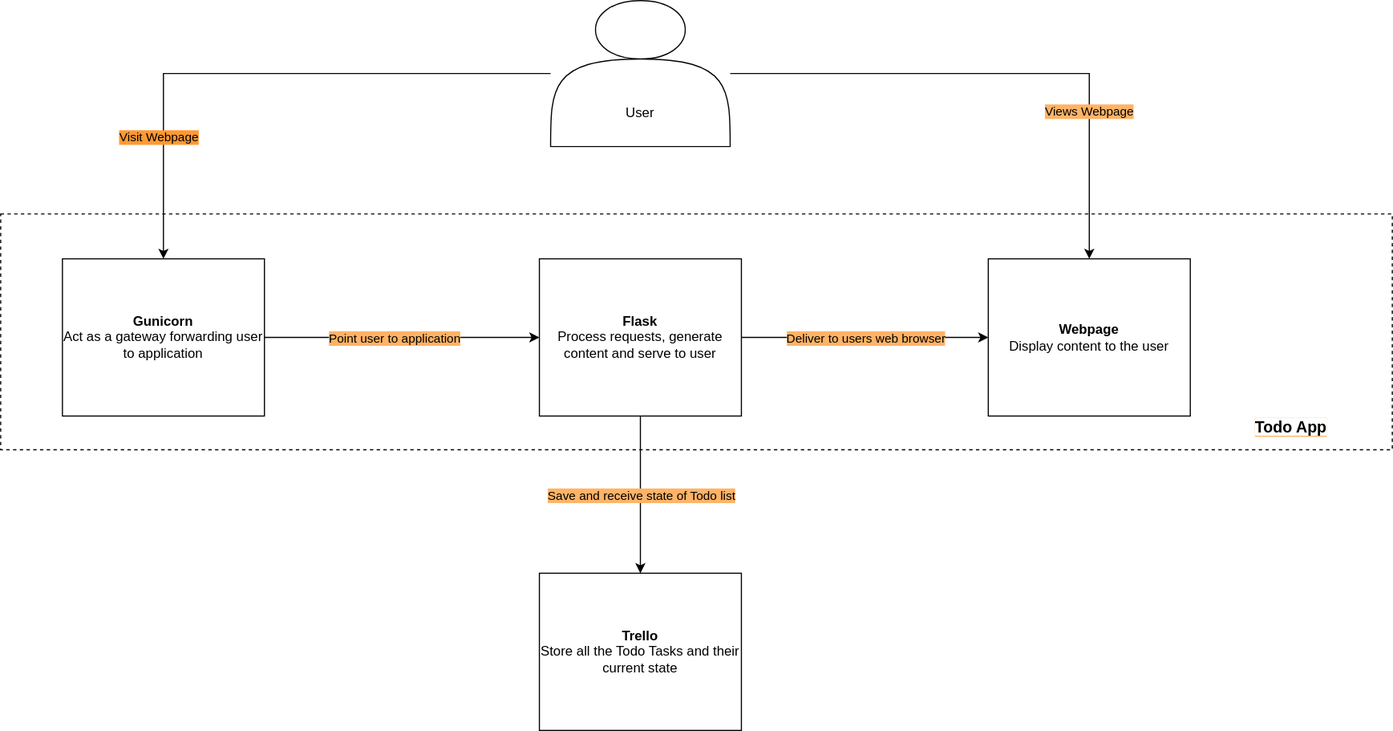
The draw.io diagram documentation/Container.svg in Karrot96/DevOps-Course-Starter, before a commit. Source tidied: cells renumbered, new cells last; positions are measured from the earlier drawing's top-left corner, leaving out a move shared by most shapes. Its diagram source:
```xml
<mxGraphModel>
  <root>
    <mxCell id="0" />
    <mxCell id="1" parent="0" />
    <mxCell id="2" style="rounded=0;whiteSpace=wrap;html=1;fillColor=none;dashed=1;" parent="1" vertex="1">
      <mxGeometry y="190" width="1240" height="210" as="geometry" />
    </mxCell>
    <mxCell id="3" style="edgeStyle=orthogonalEdgeStyle;rounded=0;jettySize=auto;html=1;" parent="1" edge="1" source="7" target="11">
      <mxGeometry relative="1" as="geometry" />
    </mxCell>
    <mxCell id="4" value="Visit Webpage" style="edgeLabel;html=1;align=center;verticalAlign=middle;labelBackgroundColor=#FF9933;" parent="3" vertex="1">
      <mxGeometry x="0.29" y="28" relative="1" as="geometry">
        <mxPoint x="-21" y="28" as="offset" />
      </mxGeometry>
    </mxCell>
    <mxCell id="5" style="edgeStyle=orthogonalEdgeStyle;rounded=0;jettySize=auto;html=1;" parent="1" edge="1" source="7" target="17">
      <mxGeometry relative="1" as="geometry" />
    </mxCell>
    <mxCell id="6" value="Views Webpage" style="edgeLabel;html=1;align=center;verticalAlign=middle;labelBackgroundColor=#FFB366;" parent="5" vertex="1">
      <mxGeometry x="0.32" y="-33" relative="1" as="geometry" />
    </mxCell>
    <mxCell id="7" style="shape=actor;whiteSpace=wrap;html=1;" parent="1" vertex="1">
      <mxGeometry x="490" width="160" height="130" as="geometry" />
    </mxCell>
    <mxCell id="8" value="User" style="text;html=1;strokeColor=none;fillColor=none;align=center;verticalAlign=middle;whiteSpace=wrap;rounded=0;" parent="1" vertex="1">
      <mxGeometry x="525" y="90" width="90" height="20" as="geometry" />
    </mxCell>
    <mxCell id="9" style="edgeStyle=orthogonalEdgeStyle;rounded=0;jettySize=auto;html=1;entryX=0;entryY=0.5;entryDx=0;entryDy=0;" parent="1" edge="1" source="11" target="16">
      <mxGeometry relative="1" as="geometry">
        <Array as="points">
          <mxPoint x="350" y="300" />
          <mxPoint x="350" y="300" />
        </Array>
      </mxGeometry>
    </mxCell>
    <mxCell id="10" value="&lt;div&gt;Point user to application&lt;/div&gt;" style="edgeLabel;html=1;align=center;verticalAlign=middle;labelBackgroundColor=#FFB366;" parent="9" vertex="1">
      <mxGeometry x="-0.21" y="-2" relative="1" as="geometry">
        <mxPoint x="18" y="-2" as="offset" />
      </mxGeometry>
    </mxCell>
    <mxCell id="11" value="&lt;div&gt;&lt;b&gt;Gunicorn&lt;br&gt;&lt;/b&gt;&lt;/div&gt;&lt;div&gt;Act as a gateway forwarding user to application&lt;br&gt;&lt;b&gt;&lt;/b&gt;&lt;/div&gt;" style="rounded=0;whiteSpace=wrap;html=1;" parent="1" vertex="1">
      <mxGeometry x="55" y="230" width="180" height="140" as="geometry" />
    </mxCell>
    <mxCell id="12" style="edgeStyle=orthogonalEdgeStyle;rounded=0;jettySize=auto;html=1;" parent="1" edge="1" source="16" target="17">
      <mxGeometry relative="1" as="geometry">
        <Array as="points">
          <mxPoint x="780" y="300" />
          <mxPoint x="780" y="300" />
        </Array>
      </mxGeometry>
    </mxCell>
    <mxCell id="13" value="Deliver to users web browser" style="edgeLabel;html=1;align=center;verticalAlign=middle;labelBackgroundColor=#FFB366;" parent="12" vertex="1">
      <mxGeometry x="0.28" y="3" relative="1" as="geometry">
        <mxPoint x="-31" y="3" as="offset" />
      </mxGeometry>
    </mxCell>
    <mxCell id="14" style="edgeStyle=orthogonalEdgeStyle;rounded=0;jettySize=auto;html=1;entryX=0.5;entryY=0;entryDx=0;entryDy=0;" parent="1" edge="1" source="16" target="18">
      <mxGeometry relative="1" as="geometry" />
    </mxCell>
    <mxCell id="15" value="Save and receive state of Todo list" style="edgeLabel;html=1;align=center;verticalAlign=middle;labelBackgroundColor=#FFB366;" parent="14" vertex="1">
      <mxGeometry x="-0.2" y="-1" relative="1" as="geometry">
        <mxPoint x="1" y="14" as="offset" />
      </mxGeometry>
    </mxCell>
    <mxCell id="16" value="&lt;div&gt;&lt;b&gt;Flask&lt;br&gt;&lt;/b&gt;&lt;/div&gt;&lt;div&gt;Process requests, generate content and serve to user&lt;br&gt;&lt;b&gt;&lt;/b&gt;&lt;/div&gt;" style="rounded=0;whiteSpace=wrap;html=1;" parent="1" vertex="1">
      <mxGeometry x="480" y="230" width="180" height="140" as="geometry" />
    </mxCell>
    <mxCell id="17" value="&lt;div&gt;&lt;b&gt;Webpage&lt;br&gt;&lt;/b&gt;&lt;/div&gt;&lt;div&gt;Display content to the user&lt;br&gt;&lt;b&gt;&lt;/b&gt;&lt;/div&gt;" style="rounded=0;whiteSpace=wrap;html=1;" parent="1" vertex="1">
      <mxGeometry x="880" y="230" width="180" height="140" as="geometry" />
    </mxCell>
    <mxCell id="18" value="&lt;div&gt;&lt;b&gt;Trello&lt;br&gt;&lt;/b&gt;&lt;/div&gt;&lt;div&gt;&lt;span style=&quot;color: rgb(0 , 0 , 0) ; font-family: &amp;#34;helvetica&amp;#34; ; font-size: 12px ; font-style: normal ; font-weight: 400 ; letter-spacing: normal ; text-align: center ; text-indent: 0px ; text-transform: none ; word-spacing: 0px ; display: inline ; float: none&quot;&gt;Store all the Todo Tasks and their current state&lt;/span&gt;&lt;br&gt;&lt;b&gt;&lt;/b&gt;&lt;/div&gt;" style="rounded=0;whiteSpace=wrap;html=1;" parent="1" vertex="1">
      <mxGeometry x="480" y="510" width="180" height="140" as="geometry" />
    </mxCell>
    <mxCell id="19" value="&lt;font style=&quot;font-size: 14px&quot;&gt;&lt;b&gt;&lt;span style=&quot;background-color: rgb(255 , 255 , 255)&quot;&gt;Todo App&lt;/span&gt;&lt;/b&gt;&lt;/font&gt;" style="text;html=1;strokeColor=none;fillColor=none;align=center;verticalAlign=middle;whiteSpace=wrap;rounded=0;dashed=1;labelBackgroundColor=#FFB366;" parent="1" vertex="1">
      <mxGeometry x="1080" y="370" width="140" height="20" as="geometry" />
    </mxCell>
  </root>
</mxGraphModel>
```
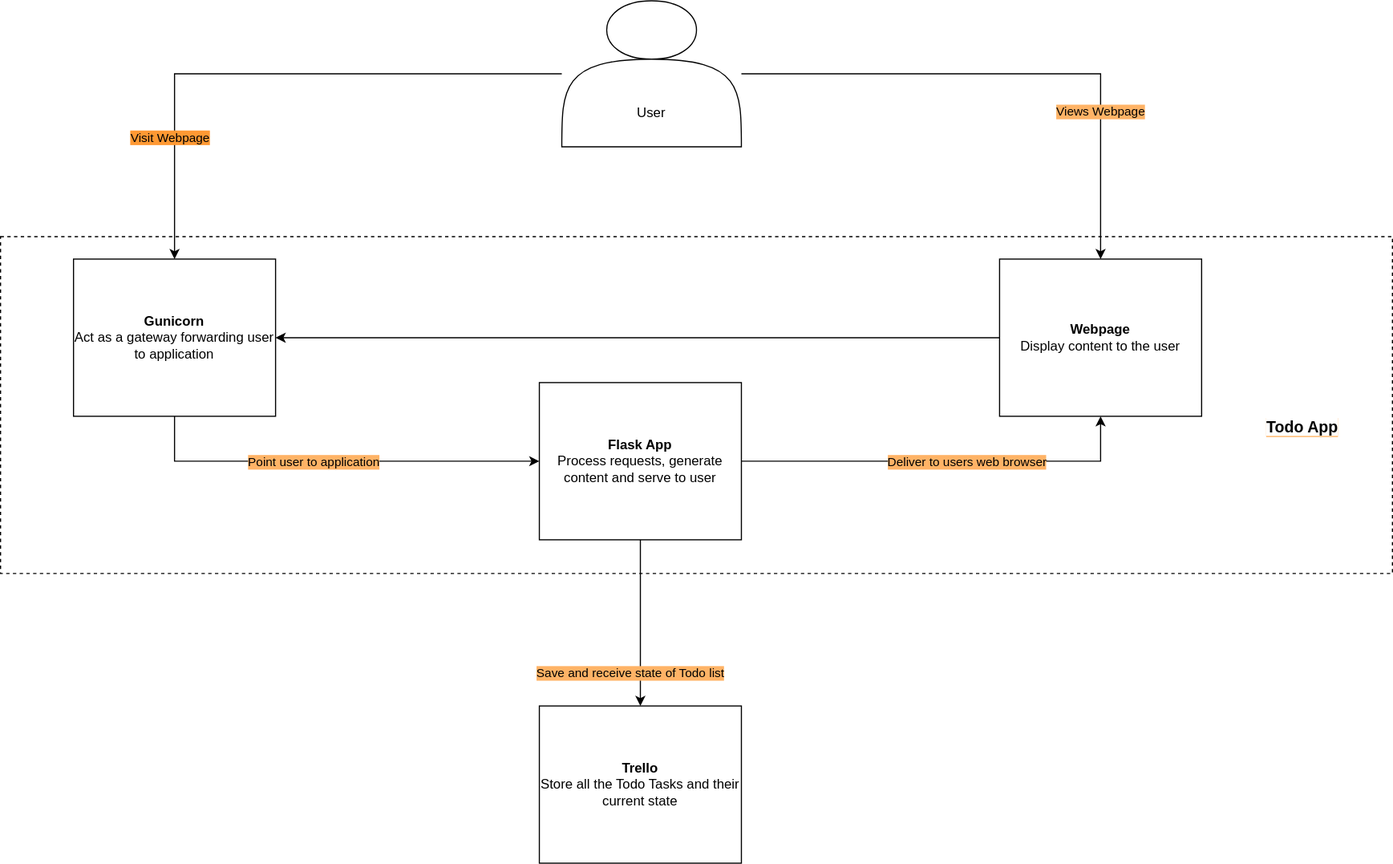
After the change.

Commit message:
Updated component and container diagrams

Change to the diagram source:
```diff
@@ -3,7 +3,7 @@
     <mxCell id="0" />
     <mxCell id="1" parent="0" />
     <mxCell id="2" style="rounded=0;whiteSpace=wrap;html=1;fillColor=none;dashed=1;" parent="1" vertex="1">
-      <mxGeometry y="190" width="1240" height="210" as="geometry" />
+      <mxGeometry x="-10" y="210" width="1240" height="300" as="geometry" />
     </mxCell>
     <mxCell id="3" style="edgeStyle=orthogonalEdgeStyle;rounded=0;jettySize=auto;html=1;" parent="1" edge="1" source="7" target="11">
       <mxGeometry relative="1" as="geometry" />
@@ -28,8 +28,7 @@
     <mxCell id="9" style="edgeStyle=orthogonalEdgeStyle;rounded=0;jettySize=auto;html=1;entryX=0;entryY=0.5;entryDx=0;entryDy=0;" parent="1" edge="1" source="11" target="16">
       <mxGeometry relative="1" as="geometry">
         <Array as="points">
-          <mxPoint x="350" y="300" />
-          <mxPoint x="350" y="300" />
+          <mxPoint x="145" y="410" />
         </Array>
       </mxGeometry>
     </mxCell>
@@ -44,8 +43,7 @@
     <mxCell id="12" style="edgeStyle=orthogonalEdgeStyle;rounded=0;jettySize=auto;html=1;" parent="1" edge="1" source="16" target="17">
       <mxGeometry relative="1" as="geometry">
         <Array as="points">
-          <mxPoint x="780" y="300" />
-          <mxPoint x="780" y="300" />
+          <mxPoint x="970" y="410" />
         </Array>
       </mxGeometry>
     </mxCell>
@@ -59,17 +57,20 @@
     </mxCell>
     <mxCell id="15" value="Save and receive state of Todo list" style="edgeLabel;html=1;align=center;verticalAlign=middle;labelBackgroundColor=#FFB366;" parent="14" vertex="1">
       <mxGeometry x="-0.2" y="-1" relative="1" as="geometry">
-        <mxPoint x="1" y="14" as="offset" />
+        <mxPoint x="-9" y="59" as="offset" />
       </mxGeometry>
     </mxCell>
-    <mxCell id="16" value="&lt;div&gt;&lt;b&gt;Flask&lt;br&gt;&lt;/b&gt;&lt;/div&gt;&lt;div&gt;Process requests, generate content and serve to user&lt;br&gt;&lt;b&gt;&lt;/b&gt;&lt;/div&gt;" style="rounded=0;whiteSpace=wrap;html=1;" parent="1" vertex="1">
-      <mxGeometry x="480" y="230" width="180" height="140" as="geometry" />
+    <mxCell id="16" value="&lt;div&gt;&lt;b&gt;Flask App&lt;br&gt;&lt;/b&gt;&lt;/div&gt;&lt;div&gt;Process requests, generate content and serve to user&lt;br&gt;&lt;b&gt;&lt;/b&gt;&lt;/div&gt;" style="rounded=0;whiteSpace=wrap;html=1;" parent="1" vertex="1">
+      <mxGeometry x="470" y="340" width="180" height="140" as="geometry" />
     </mxCell>
+    <mxCell id="20" style="edgeStyle=orthogonalEdgeStyle;rounded=0;jettySize=auto;html=1;" parent="1" edge="1" source="17" target="11">
+      <mxGeometry relative="1" as="geometry" />
+    </mxCell>
     <mxCell id="17" value="&lt;div&gt;&lt;b&gt;Webpage&lt;br&gt;&lt;/b&gt;&lt;/div&gt;&lt;div&gt;Display content to the user&lt;br&gt;&lt;b&gt;&lt;/b&gt;&lt;/div&gt;" style="rounded=0;whiteSpace=wrap;html=1;" parent="1" vertex="1">
       <mxGeometry x="880" y="230" width="180" height="140" as="geometry" />
     </mxCell>
     <mxCell id="18" value="&lt;div&gt;&lt;b&gt;Trello&lt;br&gt;&lt;/b&gt;&lt;/div&gt;&lt;div&gt;&lt;span style=&quot;color: rgb(0 , 0 , 0) ; font-family: &amp;#34;helvetica&amp;#34; ; font-size: 12px ; font-style: normal ; font-weight: 400 ; letter-spacing: normal ; text-align: center ; text-indent: 0px ; text-transform: none ; word-spacing: 0px ; display: inline ; float: none&quot;&gt;Store all the Todo Tasks and their current state&lt;/span&gt;&lt;br&gt;&lt;b&gt;&lt;/b&gt;&lt;/div&gt;" style="rounded=0;whiteSpace=wrap;html=1;" parent="1" vertex="1">
-      <mxGeometry x="480" y="510" width="180" height="140" as="geometry" />
+      <mxGeometry x="470" y="628" width="180" height="140" as="geometry" />
     </mxCell>
     <mxCell id="19" value="&lt;font style=&quot;font-size: 14px&quot;&gt;&lt;b&gt;&lt;span style=&quot;background-color: rgb(255 , 255 , 255)&quot;&gt;Todo App&lt;/span&gt;&lt;/b&gt;&lt;/font&gt;" style="text;html=1;strokeColor=none;fillColor=none;align=center;verticalAlign=middle;whiteSpace=wrap;rounded=0;dashed=1;labelBackgroundColor=#FFB366;" parent="1" vertex="1">
       <mxGeometry x="1080" y="370" width="140" height="20" as="geometry" />
```
